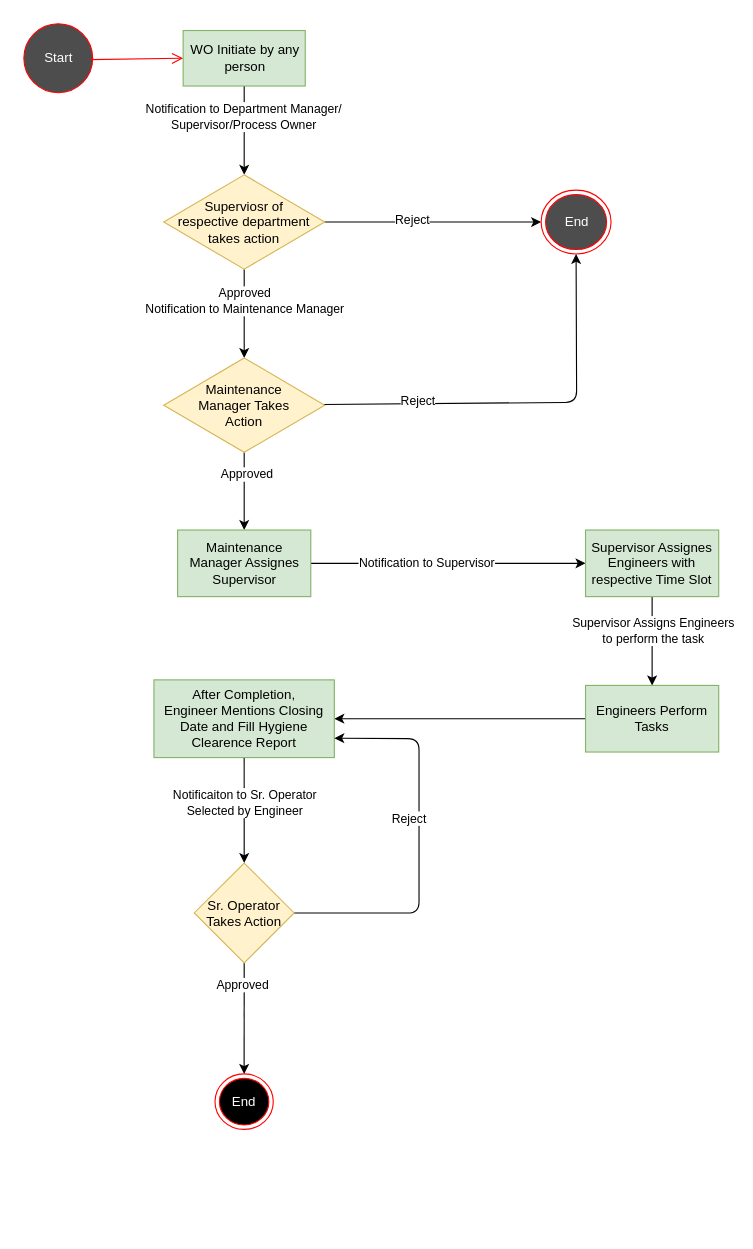
Above: Ipack/Maintenance/Work Order/Work Order.drawio in PraveenChordia/draw.io (draw.io), before the change. Source tidied: cells renumbered, new cells numbered last; positions are measured from the earlier drawing's top-left corner, leaving out a move shared by most shapes. Both pictures are drawn from the tidied source at 111%, with x=0, y=0 at pixel (19, 19).
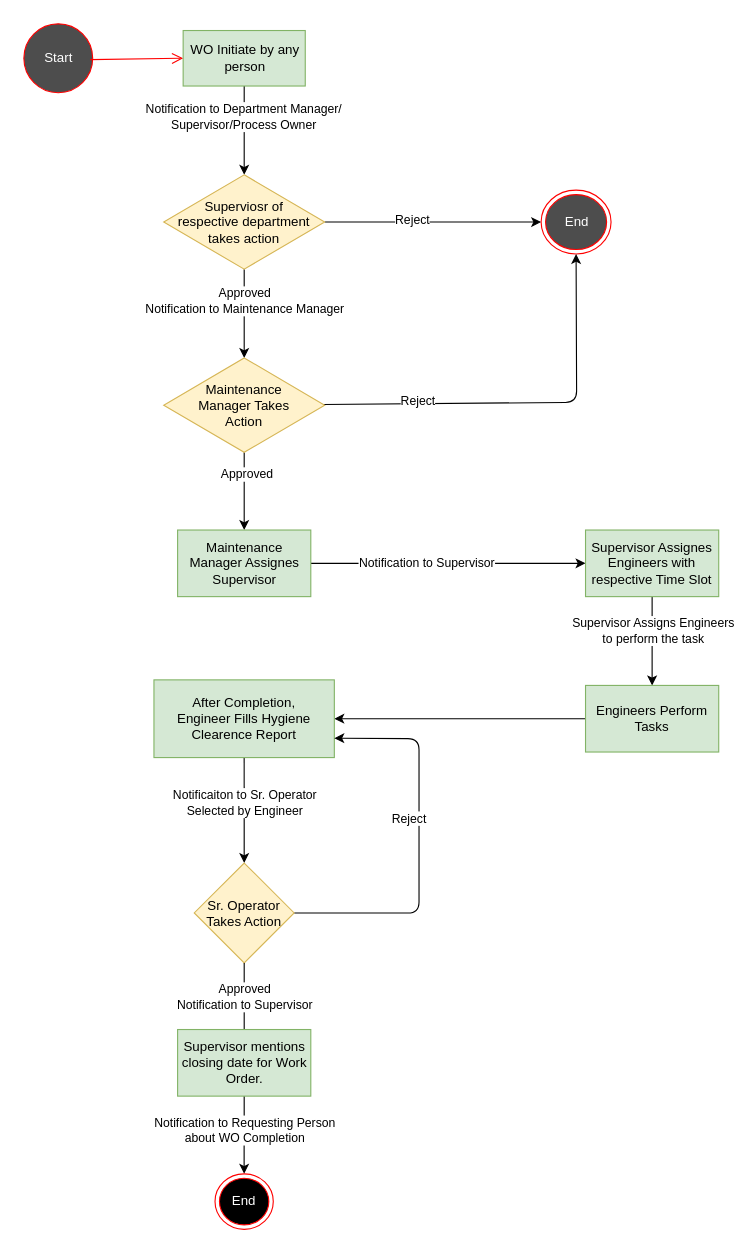
The same diagram, later.

The change refers to these unchanged cells:
```xml
<mxCell id="33" value="Sr. Operator&#10;Takes Action" style="rhombus;fillColor=#fff2cc;strokeColor=#d6b656;" parent="1" vertex="1">
  <mxGeometry x="157.5" y="760" width="90" height="90" as="geometry" />
</mxCell>
```

What changed in the source:
```diff
@@
-    <mxCell id="28" value="After Completion, &lt;br&gt;Engineer Mentions Closing Date and&amp;nbsp;Fill Hygiene Clearence Report" style="whiteSpace=wrap;html=1;fillColor=#d5e8d4;strokeColor=#82b366;" parent="1" vertex="1">
+    <mxCell id="28" value="After Completion, &lt;br&gt;Engineer Fills Hygiene Clearence Report" style="whiteSpace=wrap;html=1;fillColor=#d5e8d4;strokeColor=#82b366;" parent="1" vertex="1">
       <mxGeometry x="121.2" y="595" width="162.5" height="70" as="geometry" />
     </mxCell>
@@
-    <mxCell id="31" style="edgeStyle=none;html=1;fontColor=#000000;entryX=0.5;entryY=0;entryDx=0;entryDy=0;" parent="1" edge="1" source="33" target="34">
+    <mxCell id="31" style="edgeStyle=none;html=1;fontColor=#000000;entryX=0.5;entryY=0;entryDx=0;entryDy=0;startArrow=none;" parent="1" edge="1" source="38" target="34">
       <mxGeometry relative="1" as="geometry" />
     </mxCell>
-    <mxCell id="32" value="Approved" style="edgeLabel;html=1;align=center;verticalAlign=middle;fontColor=#000000;" parent="31" vertex="1">
-      <mxGeometry x="-0.6" y="-2" relative="1" as="geometry" />
-    </mxCell>
+    <mxCell id="35" value="Notification to Requesting Person&lt;br&gt;about WO Completion" style="edgeLabel;html=1;align=center;verticalAlign=middle;" parent="31" vertex="1">
+      <mxGeometry x="-0.42" y="1" relative="1" as="geometry">
+        <mxPoint x="-1" y="10" as="offset" />
+      </mxGeometry>
+    </mxCell>
@@
     <mxCell id="34" value="End" style="ellipse;html=1;shape=endState;fillColor=#000000;strokeColor=#ff0000;fontColor=#FFFFFF;" parent="1" vertex="1">
-      <mxGeometry x="176.2" y="950" width="52.5" height="50" as="geometry" />
+      <mxGeometry x="176.2" y="1040" width="52.5" height="50" as="geometry" />
     </mxCell>
+    <mxCell id="36" style="edgeStyle=none;html=1;fontColor=#000000;entryX=0.5;entryY=0;entryDx=0;entryDy=0;endArrow=none;" parent="1" edge="1" source="33" target="38">
+      <mxGeometry relative="1" as="geometry" />
+    </mxCell>
+    <mxCell id="37" value="Approved&lt;br&gt;Notification to Supervisor" style="edgeLabel;html=1;align=center;verticalAlign=middle;fontColor=#000000;" parent="36" vertex="1">
+      <mxGeometry x="-0.6" y="-2" relative="1" as="geometry">
+        <mxPoint x="2" y="18" as="offset" />
+      </mxGeometry>
+    </mxCell>
+    <mxCell id="38" value="Supervisor mentions closing date for Work Order." style="whiteSpace=wrap;html=1;fillColor=#d5e8d4;strokeColor=#82b366;" parent="1" vertex="1">
+      <mxGeometry x="142.5" y="910" width="120" height="60" as="geometry" />
+    </mxCell>
```
